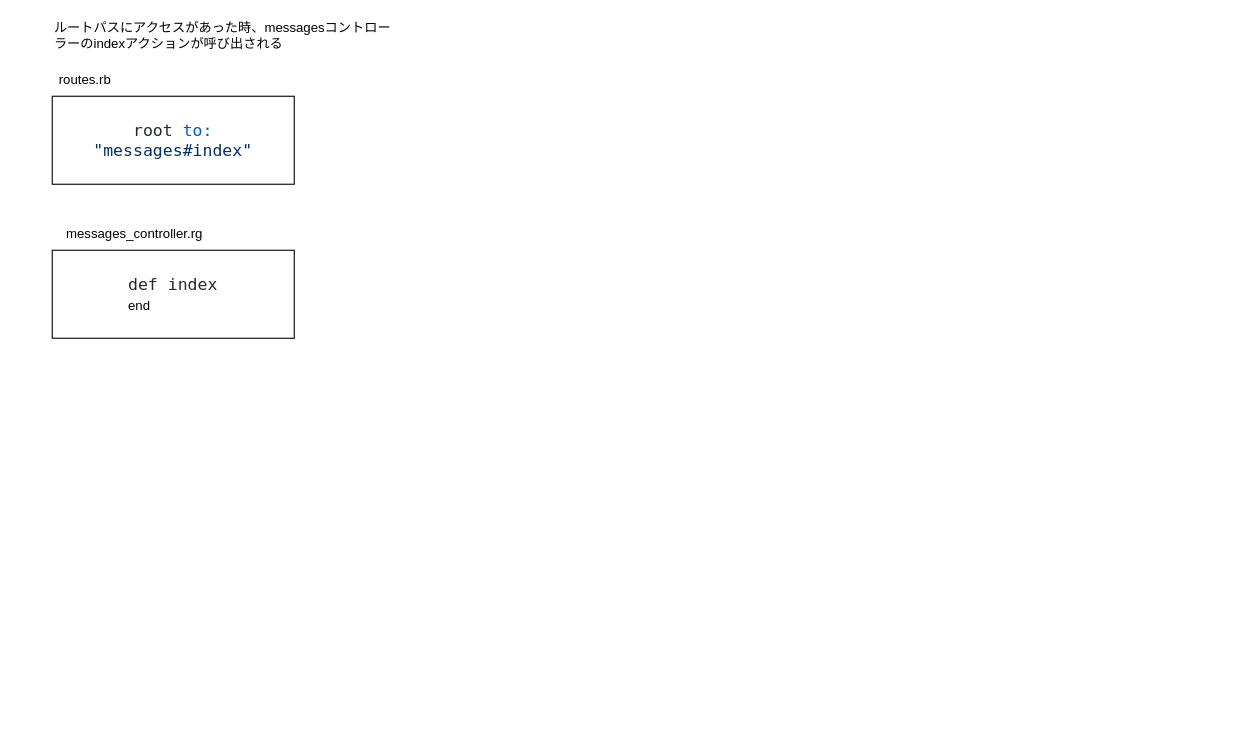
The draw.io diagram .dio in naoto7010code/chat-app3, before the edit. Source tidied: cells renumbered, new cells numbered last; positions are measured from the earlier drawing's top-left corner, leaving out a move shared by most shapes. Both pictures are drawn from the tidied source at 110%, with x=0, y=0 at pixel (52, 19).
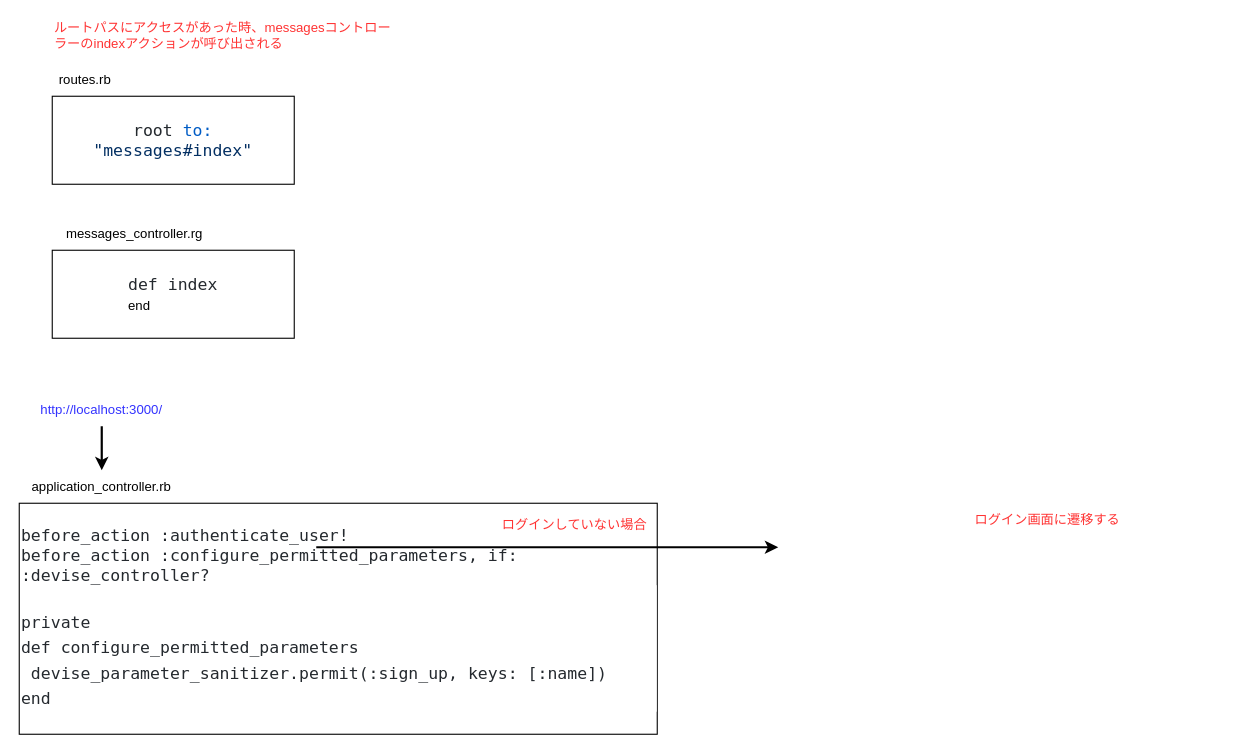
The same diagram, later.

Commit message (it also covers changes not shown here):
ユーザー認証機能の実装

Change to the diagram source:
```diff
@@
 <mxGraphModel>
   <root>
     <mxCell id="0" />
     <mxCell id="1" parent="0" />
     <mxCell id="2" value="&lt;span style=&quot;background-color: rgb(255 , 255 , 255) ; color: rgb(36 , 41 , 46) ; font-family: &amp;#34;ricty diminished&amp;#34; , &amp;#34;menlo&amp;#34; , &amp;#34;monaco&amp;#34; , &amp;#34;courier new&amp;#34; , monospace ; font-size: 15px&quot;&gt;root &lt;/span&gt;&lt;span style=&quot;font-family: &amp;#34;ricty diminished&amp;#34; , &amp;#34;menlo&amp;#34; , &amp;#34;monaco&amp;#34; , &amp;#34;courier new&amp;#34; , monospace ; font-size: 15px ; color: rgb(0 , 92 , 197)&quot;&gt;to:&lt;/span&gt;&lt;span style=&quot;background-color: rgb(255 , 255 , 255) ; color: rgb(36 , 41 , 46) ; font-family: &amp;#34;ricty diminished&amp;#34; , &amp;#34;menlo&amp;#34; , &amp;#34;monaco&amp;#34; , &amp;#34;courier new&amp;#34; , monospace ; font-size: 15px&quot;&gt; &lt;/span&gt;&lt;span style=&quot;font-family: &amp;#34;ricty diminished&amp;#34; , &amp;#34;menlo&amp;#34; , &amp;#34;monaco&amp;#34; , &amp;#34;courier new&amp;#34; , monospace ; font-size: 15px ; color: rgb(3 , 47 , 98)&quot;&gt;&quot;messages#index&quot;&lt;/span&gt;" style="rounded=0;whiteSpace=wrap;html=1;" parent="1" vertex="1">
       <mxGeometry y="70" width="220" height="80" as="geometry" />
     </mxCell>
     <mxCell id="3" value="routes.rb" style="text;html=1;strokeColor=none;fillColor=none;align=center;verticalAlign=middle;whiteSpace=wrap;rounded=0;" parent="1" vertex="1">
       <mxGeometry y="40" width="60" height="30" as="geometry" />
     </mxCell>
     <mxCell id="4" value="&lt;font color=&quot;#24292e&quot; face=&quot;ricty diminished, menlo, monaco, courier new, monospace&quot;&gt;&lt;span style=&quot;font-size: 15px ; background-color: rgb(255 , 255 , 255)&quot;&gt;def index&lt;br&gt;&lt;div style=&quot;text-align: left&quot;&gt;&lt;span style=&quot;color: rgb(0 , 0 , 0) ; font-family: &amp;#34;helvetica&amp;#34; ; font-size: 12px&quot;&gt;end&lt;/span&gt;&lt;/div&gt;&lt;/span&gt;&lt;/font&gt;" style="rounded=0;whiteSpace=wrap;html=1;" parent="1" vertex="1">
       <mxGeometry y="210" width="220" height="80" as="geometry" />
     </mxCell>
     <mxCell id="5" value="messages_controller.rg" style="text;html=1;strokeColor=none;fillColor=none;align=center;verticalAlign=middle;whiteSpace=wrap;rounded=0;" parent="1" vertex="1">
       <mxGeometry y="180" width="150" height="30" as="geometry" />
     </mxCell>
-    <mxCell id="6" value="ルートパスにアクセスがあった時、messagesコントローラーのindexアクションが呼び出される" style="text;html=1;strokeColor=none;fillColor=none;align=left;verticalAlign=middle;whiteSpace=wrap;rounded=0;" parent="1" vertex="1">
+    <mxCell id="6" value="ルートパスにアクセスがあった時、messagesコントローラーのindexアクションが呼び出される" style="text;html=1;strokeColor=none;fillColor=none;align=left;verticalAlign=middle;whiteSpace=wrap;rounded=0;fontColor=#FF3333;" parent="1" vertex="1">
       <mxGeometry width="310" height="30" as="geometry" />
     </mxCell>
+    <mxCell id="7" value="&lt;font color=&quot;#24292e&quot; face=&quot;ricty diminished, menlo, monaco, courier new, monospace&quot;&gt;&lt;span style=&quot;font-size: 15px&quot;&gt;before_action :authenticate_user!&lt;br&gt;&lt;/span&gt;&lt;/font&gt;&lt;span style=&quot;background-color: rgb(255 , 255 , 255) ; color: rgb(36 , 41 , 46) ; font-family: &amp;#34;ricty diminished&amp;#34; , &amp;#34;menlo&amp;#34; , &amp;#34;monaco&amp;#34; , &amp;#34;courier new&amp;#34; , monospace ; font-size: 15px&quot;&gt;before_action :configure_permitted_parameters, if: :devise_controller?&lt;/span&gt;&lt;div style=&quot;color: rgb(36 , 41 , 46) ; background-color: rgb(255 , 255 , 255) ; font-family: &amp;#34;ricty diminished&amp;#34; , &amp;#34;menlo&amp;#34; , &amp;#34;monaco&amp;#34; , &amp;#34;courier new&amp;#34; , monospace ; font-size: 15px ; line-height: 23px&quot;&gt;&lt;br&gt;&lt;div&gt;private&lt;/div&gt;&lt;div&gt;def configure_permitted_parameters&lt;/div&gt;&lt;div&gt;&amp;nbsp;devise_parameter_sanitizer.permit(:sign_up, keys: [:name])&lt;/div&gt;&lt;div&gt;end&lt;/div&gt;&lt;/div&gt;" style="rounded=0;whiteSpace=wrap;html=1;align=left;" parent="1" vertex="1">
+      <mxGeometry x="-30" y="440" width="580" height="210" as="geometry" />
+    </mxCell>
+    <mxCell id="8" value="application_controller.rb" style="text;html=1;strokeColor=none;fillColor=none;align=center;verticalAlign=middle;whiteSpace=wrap;rounded=0;" parent="1" vertex="1">
+      <mxGeometry x="-30" y="410" width="150" height="30" as="geometry" />
+    </mxCell>
+    <mxCell id="9" value="ログインしていない場合" style="text;html=1;strokeColor=none;fillColor=none;align=center;verticalAlign=middle;whiteSpace=wrap;rounded=0;fontColor=#FF3333;" parent="1" vertex="1">
+      <mxGeometry x="320" y="445" width="310" height="30" as="geometry" />
+    </mxCell>
+    <mxCell id="10" value="&lt;font color=&quot;#3333ff&quot;&gt;http://localhost:3000/&lt;/font&gt;" style="text;html=1;strokeColor=none;fillColor=none;align=center;verticalAlign=middle;whiteSpace=wrap;rounded=0;fontColor=#FF3333;" parent="1" vertex="1">
+      <mxGeometry x="-25" y="340" width="140" height="30" as="geometry" />
+    </mxCell>
+    <mxCell id="11" style="endArrow=classic;html=1;fontColor=#3333FF;labelBorderColor=none;fontSize=11;strokeWidth=2;" parent="1" edge="1">
+      <mxGeometry relative="1" as="geometry">
+        <mxPoint x="240" y="480" as="sourcePoint" />
+        <mxPoint x="660" y="480" as="targetPoint" />
+      </mxGeometry>
+    </mxCell>
+    <mxCell id="12" style="endArrow=classic;html=1;fontColor=#3333FF;labelBorderColor=none;fontSize=11;strokeWidth=2;entryX=0.5;entryY=0;entryDx=0;entryDy=0;" parent="1" edge="1" target="8">
+      <mxGeometry relative="1" as="geometry">
+        <mxPoint x="45" y="370" as="sourcePoint" />
+      </mxGeometry>
+    </mxCell>
+    <mxCell id="13" value="ログイン画面に遷移する" style="text;html=1;strokeColor=none;fillColor=none;align=center;verticalAlign=middle;whiteSpace=wrap;rounded=0;fontColor=#FF3333;" parent="1" vertex="1">
+      <mxGeometry x="750" y="440" width="310" height="30" as="geometry" />
+    </mxCell>
   </root>
 </mxGraphModel>
```
